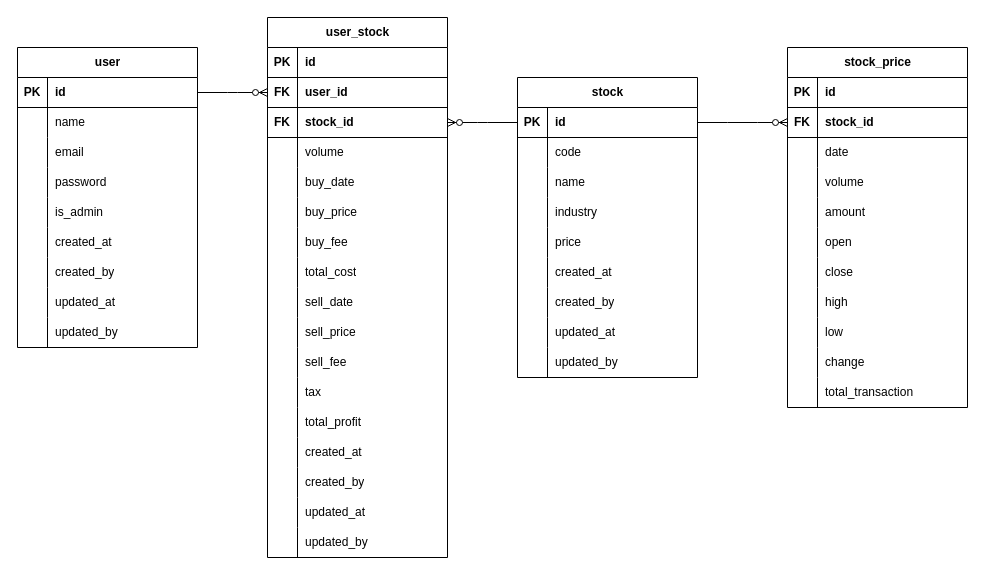
This is stock-manage.drawio from tony0935929660/Stock-Manage, a draw.io file, before an edit. Source tidied: cells renumbered, new cells numbered last; positions are measured from the earlier drawing's top-left corner, leaving out a move shared by most shapes. Both pictures are drawn from the tidied source at 100%, with x=0, y=0 at pixel (17, 17).
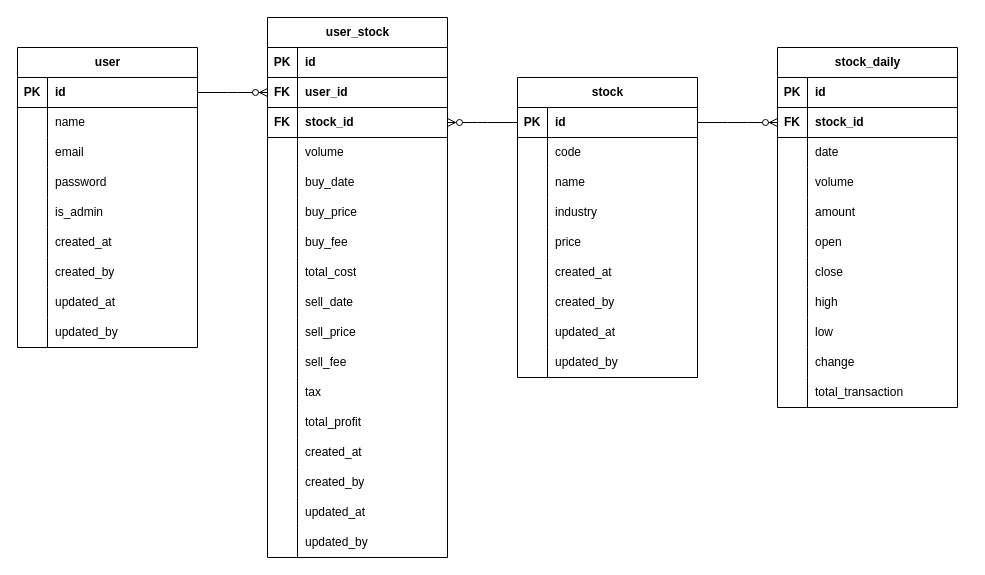
After the change.

What changed in the source:
```diff
@@
-    <mxCell id="58" value="stock_price" style="shape=table;startSize=30;childLayout=tableLayout;rowLines=0;fontStyle=1;align=center;html=1;" parent="1" vertex="1">
-      <mxGeometry x="770" y="30" width="180" height="360" as="geometry" />
+    <mxCell id="58" value="stock_daily" style="shape=table;startSize=30;childLayout=tableLayout;rowLines=0;fontStyle=1;align=center;html=1;" parent="1" vertex="1">
+      <mxGeometry x="760" y="30" width="180" height="360" as="geometry" />
     </mxCell>
```
